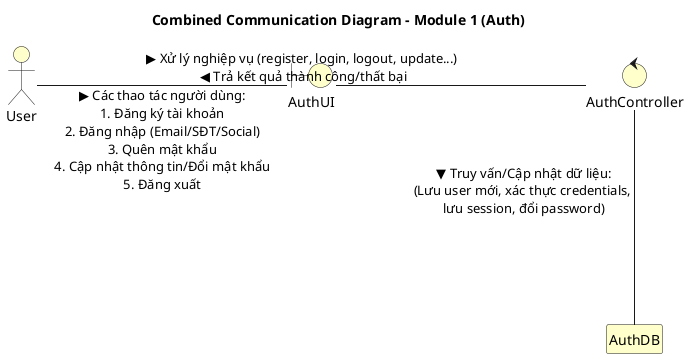
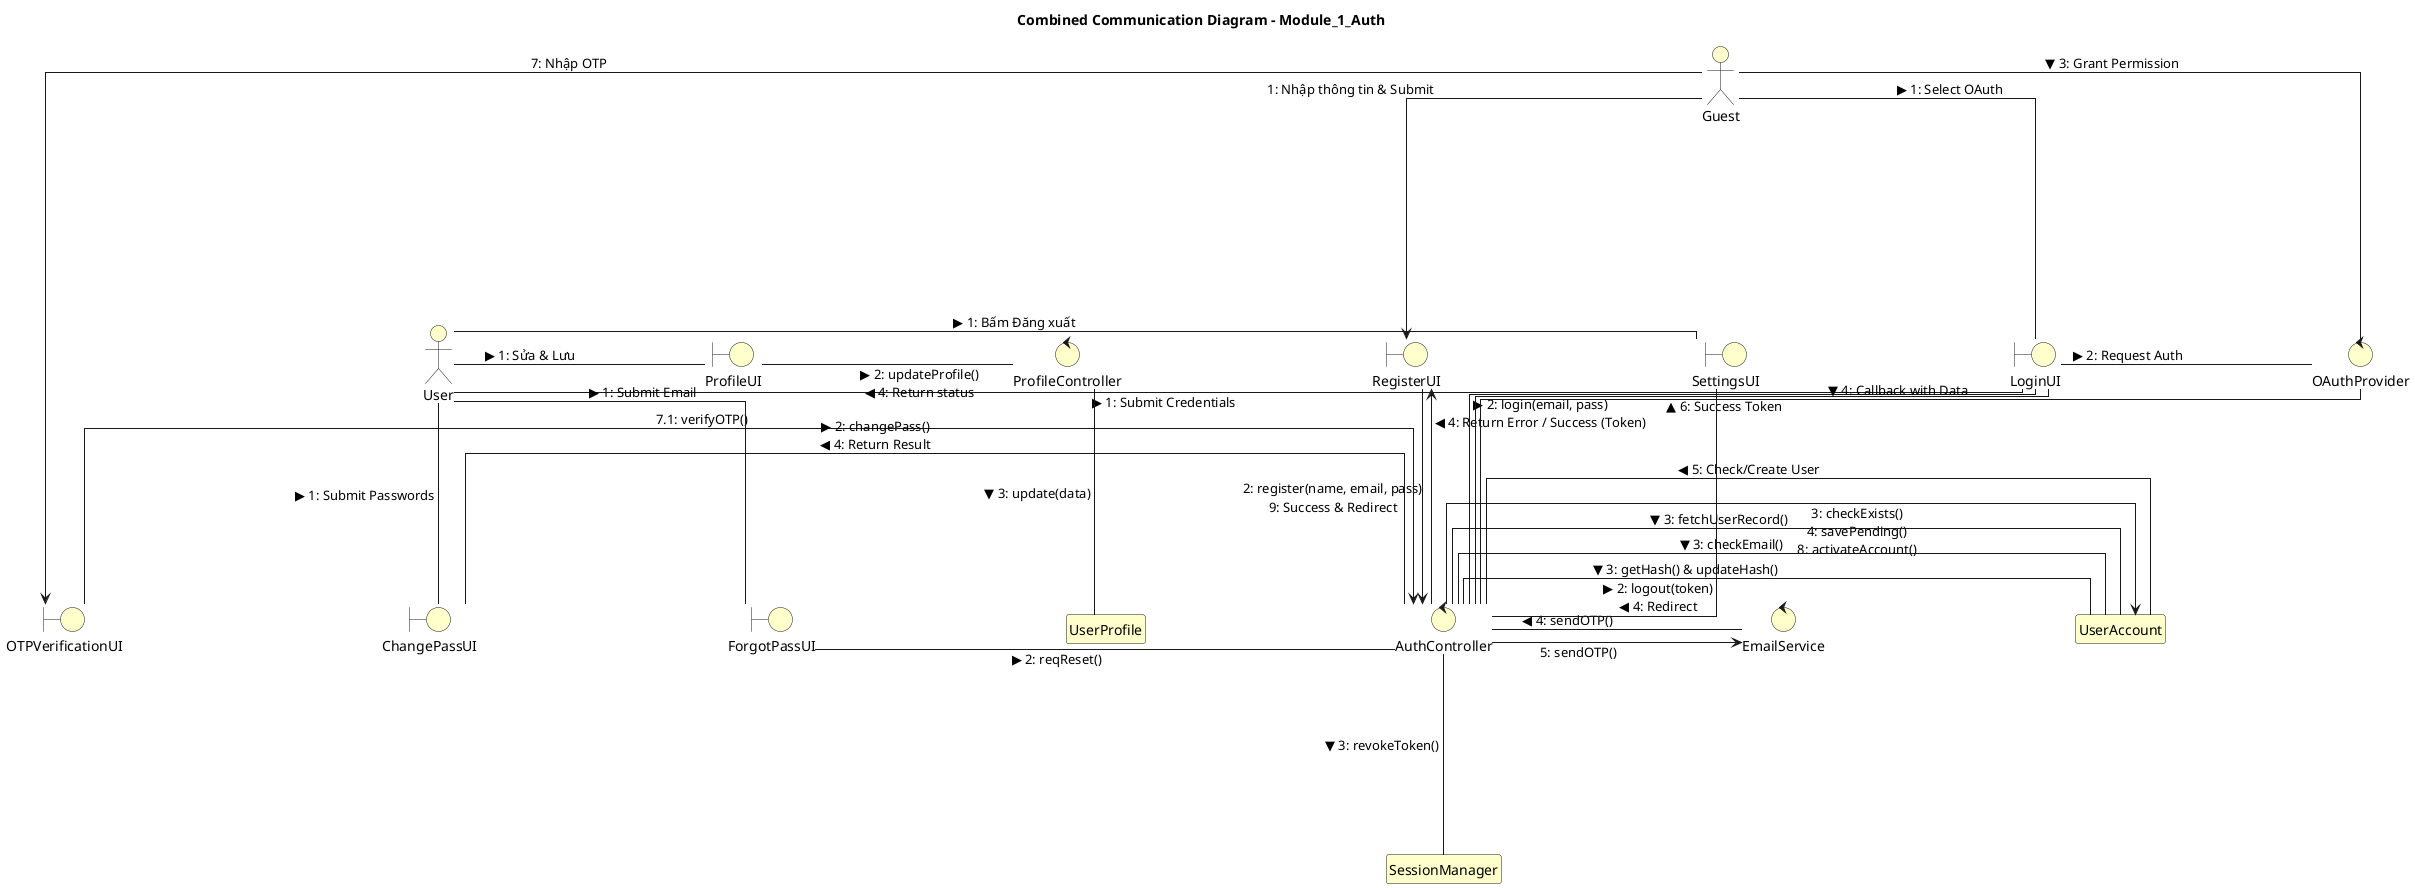
@startuml
- title Combined Communication Diagram - Module 1 (Auth)
+ title Combined Communication Diagram - Module_1_Auth

' Cấu hình nét thẳng và tắt đổ bóng
skinparam linetype ortho
skinparam shadowing false

' Tăng khoảng cách mặc định lên cao để tạo không gian rộng rãi
skinparam nodesep 250
skinparam ranksep 200
skinparam defaultTextAlignment center

' Xóa bỏ vòng tròn phân loại (E) và làm sạch bên trong khối
hide circle
hide empty members

' Cấu hình đồng bộ màu vàng
skinparam {
    ActorBackgroundColor #FFFFCC
    BoundaryBackgroundColor #FFFFCC
    ControlBackgroundColor #FFFFCC
    EntityBackgroundColor #FFFFCC
    ClassBackgroundColor #FFFFCC
}

allow_mixing
- actor "User" as Actor
- boundary "AuthUI" as UI
- control "AuthController" as Controller
- entity "AuthDB" as Entity

- Actor -right--- UI : " ▶ Các thao tác người dùng: \n1. Đăng ký tài khoản\n2. Đăng nhập (Email/SĐT/Social)\n3. Quên mật khẩu\n4. Cập nhật thông tin/Đổi mật khẩu\n5. Đăng xuất"
- UI -right---- Controller : " ▶ Xử lý nghiệp vụ (register, login, logout, update...) \n ◀ Trả kết quả thành công/thất bại"
- Controller -down- Entity : " ▼ Truy vấn/Cập nhật dữ liệu: \n(Lưu user mới, xác thực credentials, \nlưu session, đổi password)"
+ actor "Guest" as Guest_Alias
+ boundary "RegisterUI" as RegisterUI_Alias
+ boundary "OTPVerificationUI" as OTPVerificationUI_Alias
+ control "AuthController" as AuthController_Alias
+ control "EmailService" as EmailService_Alias
+ entity "UserAccount" as UserAccount_Alias
+ actor "User" as User_Alias
+ boundary "LoginUI" as LoginUI_Alias
+ control "OAuthProvider" as OAuthProvider_Alias
+ boundary "ForgotPassUI" as ForgotPassUI_Alias
+ boundary "ProfileUI" as ProfileUI_Alias
+ control "ProfileController" as ProfileController_Alias
+ entity "UserProfile" as UserProfile_Alias
+ boundary "ChangePassUI" as ChangePassUI_Alias
+ boundary "SettingsUI" as SettingsUI_Alias
+ entity "SessionManager" as SessionManager_Alias
+ 
+ Guest_Alias -right-> RegisterUI_Alias  : "1: Nhập thông tin & Submit"
+ Guest_Alias -down-> OTPVerificationUI_Alias  : "7: Nhập OTP"
+ RegisterUI_Alias -down-> AuthController_Alias  : "2: register(name, email, pass)"
+ OTPVerificationUI_Alias -right-> AuthController_Alias  : "7.1: verifyOTP()"
+ AuthController_Alias -up-> RegisterUI_Alias  : "9: Success & Redirect          "
+ AuthController_Alias -right-> EmailService_Alias  : "5: sendOTP()"
+ AuthController_Alias -down-> UserAccount_Alias  : "3: checkExists()\n4: savePending()\n8: activateAccount()"
+ User_Alias -right---- LoginUI_Alias  : " ▶ 1: Submit Credentials "
+ LoginUI_Alias -right------ AuthController_Alias  : " ▶ 2: login(email, pass) \n ◀ 4: Return Error / Success (Token) "
+ AuthController_Alias -down- UserAccount_Alias  : " ▼ 3: fetchUserRecord() "
+ Guest_Alias -right--- LoginUI_Alias  : " ▶ 1: Select OAuth "
+ LoginUI_Alias -right--- OAuthProvider_Alias  : " ▶ 2: Request Auth "
+ Guest_Alias -down- OAuthProvider_Alias  : " ▼ 3: Grant Permission "
+ OAuthProvider_Alias -down- AuthController_Alias  : " ▼ 4: Callback with Data "
+ AuthController_Alias -left---- UserAccount_Alias  : " ◀ 5: Check/Create User "
+ AuthController_Alias -up- LoginUI_Alias  : " ▲ 6: Success Token "
+ User_Alias -right--- ForgotPassUI_Alias  : " ▶ 1: Submit Email "
+ ForgotPassUI_Alias -right--- AuthController_Alias  : " ▶ 2: reqReset() "
+ AuthController_Alias -down- UserAccount_Alias  : " ▼ 3: checkEmail() "
+ AuthController_Alias -left--- EmailService_Alias  : " ◀ 4: sendOTP() "
+ User_Alias -right--- ProfileUI_Alias  : " ▶ 1: Sửa & Lưu "
+ ProfileUI_Alias -right----- ProfileController_Alias  : " ▶ 2: updateProfile() \n ◀ 4: Return status "
+ ProfileController_Alias -down- UserProfile_Alias  : " ▼ 3: update(data) "
+ User_Alias -right---- ChangePassUI_Alias  : " ▶ 1: Submit Passwords "
+ ChangePassUI_Alias -right----- AuthController_Alias  : " ▶ 2: changePass() \n ◀ 4: Return Result "
+ AuthController_Alias -down- UserAccount_Alias  : " ▼ 3: getHash() & updateHash() "
+ User_Alias -right--- SettingsUI_Alias  : " ▶ 1: Bấm Đăng xuất "
+ SettingsUI_Alias -right---- AuthController_Alias  : " ▶ 2: logout(token) \n ◀ 4: Redirect "
+ AuthController_Alias -down- SessionManager_Alias  : " ▼ 3: revokeToken() "
+ 
@enduml
